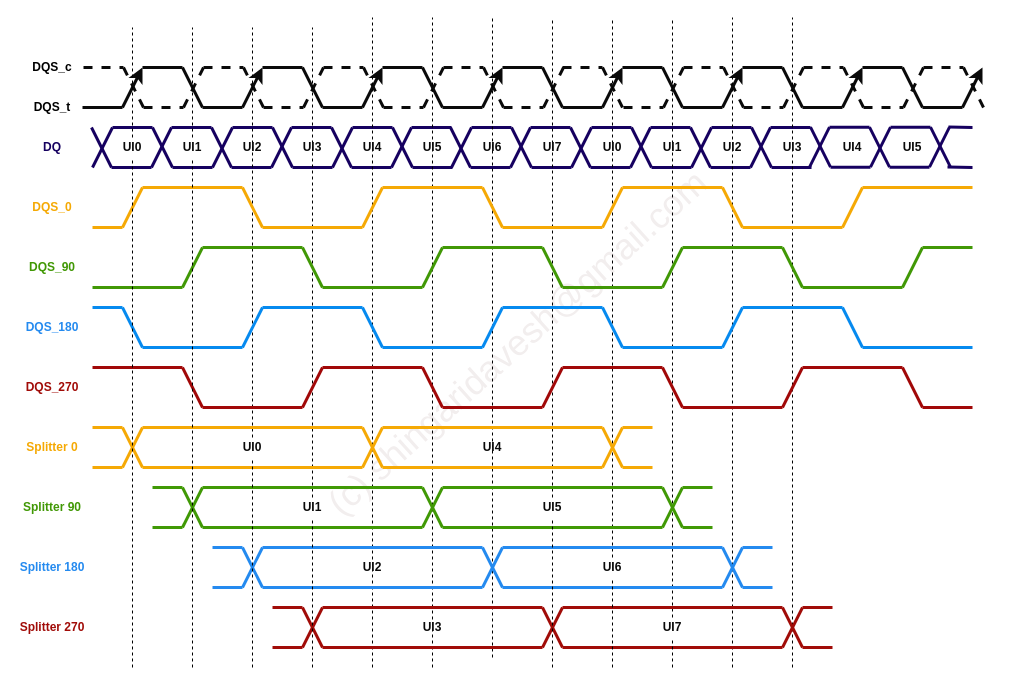
The draw.io diagram docs/images/loopback/4_way_interleave_loopback.drawio in shingaridavesh/memoryandarchitecture, before the edit. Source tidied: cells renumbered, new cells numbered last; positions are measured from the earlier drawing's top-left corner, leaving out a move shared by most shapes. Both pictures are drawn from the tidied source at 100%, with x=0, y=0 at pixel (17, 17).
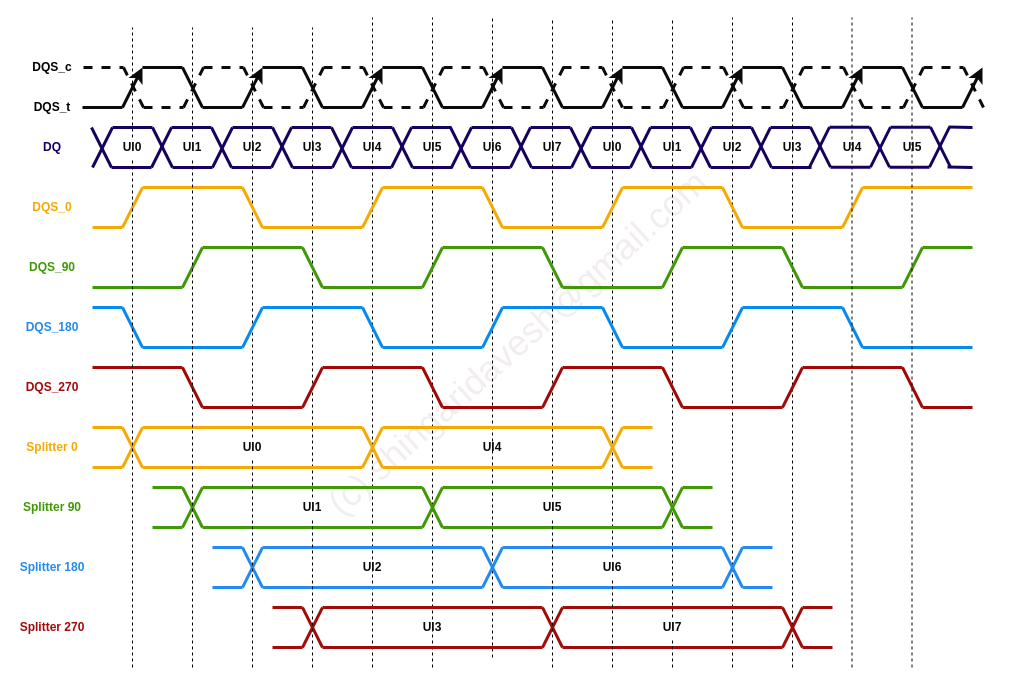
The same page after the edit.

Change to the diagram source:
```diff
@@
+    <mxCell id="291" style="endArrow=none;dashed=1;html=1;rounded=0;" parent="1" edge="1">
+      <mxGeometry relative="1" as="geometry">
+        <mxPoint x="834.5" y="650" as="sourcePoint" />
+        <mxPoint x="834.5" as="targetPoint" />
+      </mxGeometry>
+    </mxCell>
+    <mxCell id="292" style="endArrow=none;dashed=1;html=1;rounded=0;" parent="1" edge="1">
+      <mxGeometry relative="1" as="geometry">
+        <mxPoint x="894.5" y="650" as="sourcePoint" />
+        <mxPoint x="894.5" as="targetPoint" />
+      </mxGeometry>
+    </mxCell>
```
